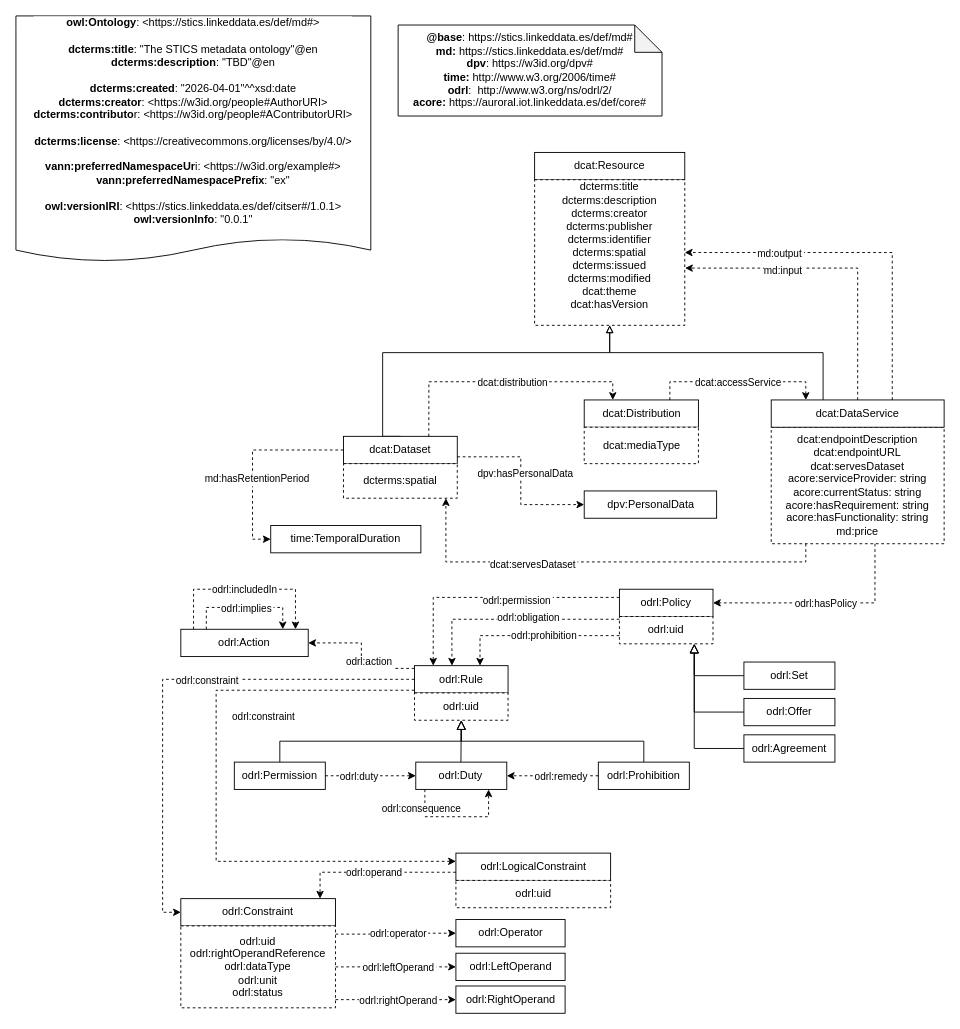
Earlier version of the draw.io diagram diagrams/diagram.drawio (STICS-UPM/Ontology-Metadata). Source tidied: cells renumbered, new cells numbered last; positions are measured from the earlier drawing's top-left corner, leaving out a move shared by most shapes. Both pictures are drawn from the tidied source at 91%, with x=0, y=0 at pixel (15, 15).
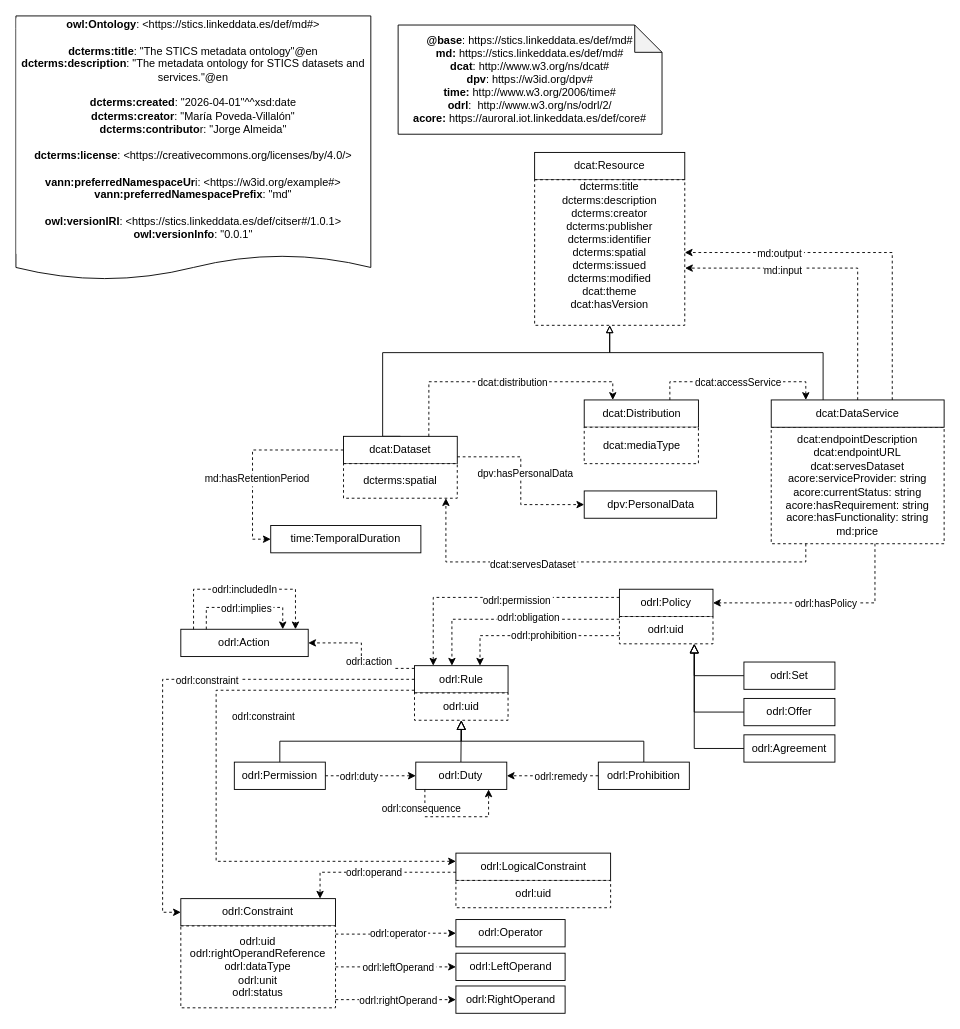
The same diagram, later.

What changed in the source:
```diff
@@
-    <mxCell id="5" value="&lt;div&gt;&lt;b style=&quot;border-color: var(--border-color);&quot;&gt;owl:Ontology&lt;/b&gt;: &amp;lt;https://stics.linkeddata.es/def/md#&amp;gt;&lt;b&gt;&lt;br&gt;&lt;/b&gt;&lt;/div&gt;&lt;div&gt;&lt;b&gt;&lt;br&gt;&lt;/b&gt;&lt;/div&gt;&lt;div&gt;&lt;span style=&quot;background-color: light-dark(rgb(255, 255, 255), rgb(18, 18, 18));&quot;&gt;&lt;b&gt;dcterms&lt;/b&gt;&lt;/span&gt;&lt;b&gt;:title&lt;/b&gt;: &quot;The STICS metadata ontology&quot;@en &lt;br&gt;&lt;b&gt;dcterms&lt;/b&gt;&lt;b&gt;:description&lt;/b&gt;: &quot;TBD&quot;@en &lt;br&gt;&lt;br&gt;&lt;b&gt;dcterms&lt;/b&gt;&lt;b&gt;:created&lt;/b&gt;: &quot;2026-04-01&quot;^^xsd:date &lt;br&gt;&lt;b&gt;dcterms&lt;/b&gt;&lt;b&gt;:creator&lt;/b&gt;: &amp;lt;https://w3id.org/people#AuthorURI&amp;gt;&lt;br&gt;&lt;b&gt;dcterms&lt;/b&gt;&lt;b&gt;:contributo&lt;/b&gt;r: &amp;lt;https://w3id.org/people#AContributorURI&amp;gt;&lt;br&gt;&lt;br&gt;&lt;b&gt;dcterms&lt;/b&gt;&lt;b&gt;:license&lt;/b&gt;: &amp;lt;https://creativecommons.org/licenses/by/4.0/&amp;gt;&lt;br&gt;&lt;/div&gt;&lt;div&gt;&lt;br&gt;&lt;/div&gt;&lt;div&gt;&lt;b&gt;vann:preferredNamespaceUr&lt;/b&gt;i: &amp;lt;https://w3id.org/example#&amp;gt;&lt;br&gt;&lt;b&gt;vann:preferredNamespacePrefix&lt;/b&gt;: &quot;ex&quot; &lt;br&gt;&lt;br&gt;&lt;b&gt;owl:versionIRI&lt;/b&gt;: &amp;lt;https://stics.linkeddata.es/def/citser#/1.0.1&amp;gt;&lt;br&gt;&lt;b&gt;owl:versionInfo&lt;/b&gt;: &quot;0.0.1&quot;&lt;br&gt;&lt;br&gt;&lt;/div&gt;" style="shape=document;whiteSpace=wrap;html=1;boundedLbl=1;labelBackgroundColor=#ffffff;strokeColor=#000000;fontSize=12;fontColor=#000000;size=0.09375;" parent="1" vertex="1">
-      <mxGeometry width="390" height="270" as="geometry" />
+    <mxCell id="5" value="&lt;div&gt;&lt;b style=&quot;border-color: var(--border-color);&quot;&gt;owl:Ontology&lt;/b&gt;: &amp;lt;https://stics.linkeddata.es/def/md#&amp;gt;&lt;b&gt;&lt;br&gt;&lt;/b&gt;&lt;/div&gt;&lt;div&gt;&lt;b&gt;&lt;br&gt;&lt;/b&gt;&lt;/div&gt;&lt;div&gt;&lt;span style=&quot;background-color: light-dark(rgb(255, 255, 255), rgb(18, 18, 18));&quot;&gt;&lt;b&gt;dcterms&lt;/b&gt;&lt;/span&gt;&lt;b&gt;:title&lt;/b&gt;: &quot;The STICS metadata ontology&quot;@en &lt;br&gt;&lt;b&gt;dcterms&lt;/b&gt;&lt;b&gt;:description&lt;/b&gt;: &quot;The metadata ontology for STICS datasets and services.&quot;@en &lt;br&gt;&lt;br&gt;&lt;b&gt;dcterms&lt;/b&gt;&lt;b&gt;:created&lt;/b&gt;: &quot;2026-04-01&quot;^^xsd:date &lt;br&gt;&lt;b&gt;dcterms&lt;/b&gt;&lt;b&gt;:creator&lt;/b&gt;: &quot;María Poveda-Villalón&quot;&lt;br&gt;&lt;b&gt;dcterms&lt;/b&gt;&lt;b&gt;:contributo&lt;/b&gt;r: &quot;Jorge Almeida&quot;&lt;br&gt;&lt;br&gt;&lt;b&gt;dcterms&lt;/b&gt;&lt;b&gt;:license&lt;/b&gt;: &amp;lt;https://creativecommons.org/licenses/by/4.0/&amp;gt;&lt;br&gt;&lt;/div&gt;&lt;div&gt;&lt;br&gt;&lt;/div&gt;&lt;div&gt;&lt;b&gt;vann:preferredNamespaceUr&lt;/b&gt;i: &amp;lt;https://w3id.org/example#&amp;gt;&lt;br&gt;&lt;b&gt;vann:preferredNamespacePrefix&lt;/b&gt;: &quot;md&quot; &lt;br&gt;&lt;br&gt;&lt;b&gt;owl:versionIRI&lt;/b&gt;: &amp;lt;https://stics.linkeddata.es/def/citser#/1.0.1&amp;gt;&lt;br&gt;&lt;b&gt;owl:versionInfo&lt;/b&gt;: &quot;0.0.1&quot;&lt;br&gt;&lt;br&gt;&lt;/div&gt;" style="shape=document;whiteSpace=wrap;html=1;boundedLbl=1;labelBackgroundColor=#ffffff;strokeColor=#000000;fontSize=12;fontColor=#000000;size=0.09375;" parent="1" vertex="1">
+      <mxGeometry width="390" height="290" as="geometry" />
     </mxCell>
-    <mxCell id="6" value="&lt;div&gt;&lt;b&gt;@base&lt;/b&gt;:&amp;nbsp;&lt;span style=&quot;background-color: rgb(255, 255, 255);&quot;&gt;https://stics.linkeddata.es/def/md#&lt;/span&gt;&lt;/div&gt;&lt;div style=&quot;&quot;&gt;&lt;b&gt;md:&lt;/b&gt;&amp;nbsp;&lt;span style=&quot;background-color: rgb(255, 255, 255);&quot;&gt;https://stics.linkeddata.es/def/md#&lt;/span&gt;&lt;/div&gt;&lt;div style=&quot;&quot;&gt;&lt;span style=&quot;background-color: rgb(255, 255, 255);&quot;&gt;&lt;b&gt;dpv&lt;/b&gt;:&amp;nbsp;&lt;/span&gt;&lt;span style=&quot;background-color: initial;&quot;&gt;https://w3id.org/dpv#&lt;/span&gt;&lt;/div&gt;&lt;div style=&quot;&quot;&gt;&lt;b&gt;time:&lt;/b&gt;&amp;nbsp;&lt;span style=&quot;background-color: initial;&quot;&gt;http://www.w3.org/2006/time#&lt;/span&gt;&lt;span style=&quot;background-color: rgb(255, 255, 255);&quot;&gt;&lt;br&gt;&lt;/span&gt;&lt;/div&gt;&lt;div style=&quot;&quot;&gt;&lt;span style=&quot;background-color: initial;&quot;&gt;&lt;b&gt;odrl&lt;/b&gt;:&amp;nbsp;&lt;/span&gt;&lt;span style=&quot;background-color: initial;&quot;&gt;&amp;nbsp;http://www.w3.org/ns/odrl/2/&lt;/span&gt;&lt;/div&gt;&lt;div style=&quot;&quot;&gt;&lt;b&gt;acore:&lt;/b&gt;&amp;nbsp;&lt;span style=&quot;text-wrap: nowrap; background-color: initial;&quot;&gt;https://auroral.iot.linkeddata.es/def/core#&lt;/span&gt;&lt;span style=&quot;background-color: initial;&quot;&gt;&lt;br&gt;&lt;/span&gt;&lt;/div&gt;" style="shape=note;whiteSpace=wrap;html=1;backgroundOutline=1;darkOpacity=0.05;" parent="1" vertex="1">
-      <mxGeometry x="420" y="10" width="290" height="100" as="geometry" />
+    <mxCell id="6" value="&lt;div&gt;&lt;b&gt;@base&lt;/b&gt;:&amp;nbsp;&lt;span style=&quot;background-color: rgb(255, 255, 255);&quot;&gt;https://stics.linkeddata.es/def/md#&lt;/span&gt;&lt;/div&gt;&lt;div style=&quot;&quot;&gt;&lt;b&gt;md:&lt;/b&gt;&amp;nbsp;&lt;span style=&quot;background-color: rgb(255, 255, 255);&quot;&gt;https://stics.linkeddata.es/def/md#&lt;/span&gt;&lt;/div&gt;&lt;div style=&quot;&quot;&gt;&lt;span style=&quot;background-color: rgb(255, 255, 255);&quot;&gt;&lt;b&gt;dcat&lt;/b&gt;:&amp;nbsp;&lt;/span&gt;&lt;span style=&quot;background-color: initial;&quot;&gt;http://www.w3.org/ns/dcat#&lt;/span&gt;&lt;/div&gt;&lt;div style=&quot;&quot;&gt;&lt;span style=&quot;background-color: rgb(255, 255, 255);&quot;&gt;&lt;b&gt;dpv&lt;/b&gt;:&amp;nbsp;&lt;/span&gt;&lt;span style=&quot;background-color: initial;&quot;&gt;https://w3id.org/dpv#&lt;/span&gt;&lt;/div&gt;&lt;div style=&quot;&quot;&gt;&lt;b&gt;time:&lt;/b&gt;&amp;nbsp;&lt;span style=&quot;background-color: initial;&quot;&gt;http://www.w3.org/2006/time#&lt;/span&gt;&lt;span style=&quot;background-color: rgb(255, 255, 255);&quot;&gt;&lt;br&gt;&lt;/span&gt;&lt;/div&gt;&lt;div style=&quot;&quot;&gt;&lt;span style=&quot;background-color: initial;&quot;&gt;&lt;b&gt;odrl&lt;/b&gt;:&amp;nbsp;&lt;/span&gt;&lt;span style=&quot;background-color: initial;&quot;&gt;&amp;nbsp;http://www.w3.org/ns/odrl/2/&lt;/span&gt;&lt;/div&gt;&lt;div style=&quot;&quot;&gt;&lt;b&gt;acore:&lt;/b&gt;&amp;nbsp;&lt;span style=&quot;text-wrap: nowrap; background-color: initial;&quot;&gt;https://auroral.iot.linkeddata.es/def/core#&lt;/span&gt;&lt;span style=&quot;background-color: initial;&quot;&gt;&lt;br&gt;&lt;/span&gt;&lt;/div&gt;" style="shape=note;whiteSpace=wrap;html=1;backgroundOutline=1;darkOpacity=0.05;" parent="1" vertex="1">
+      <mxGeometry x="420" y="10" width="290" height="120" as="geometry" />
     </mxCell>
```
